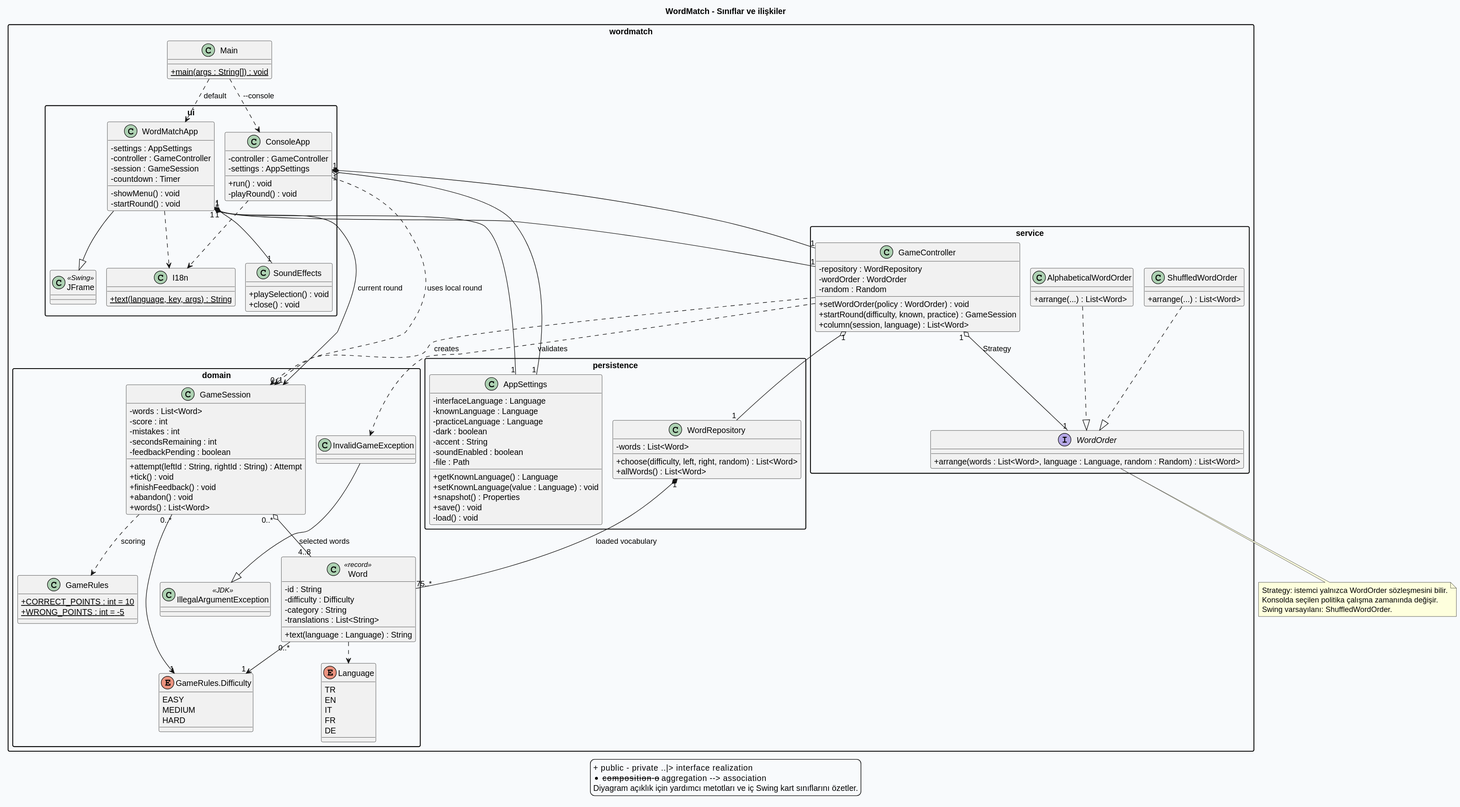
The PlantUML diagram docs/class-diagram.svg in muzafferegedurmus-cyber/wordmatch, before a commit.
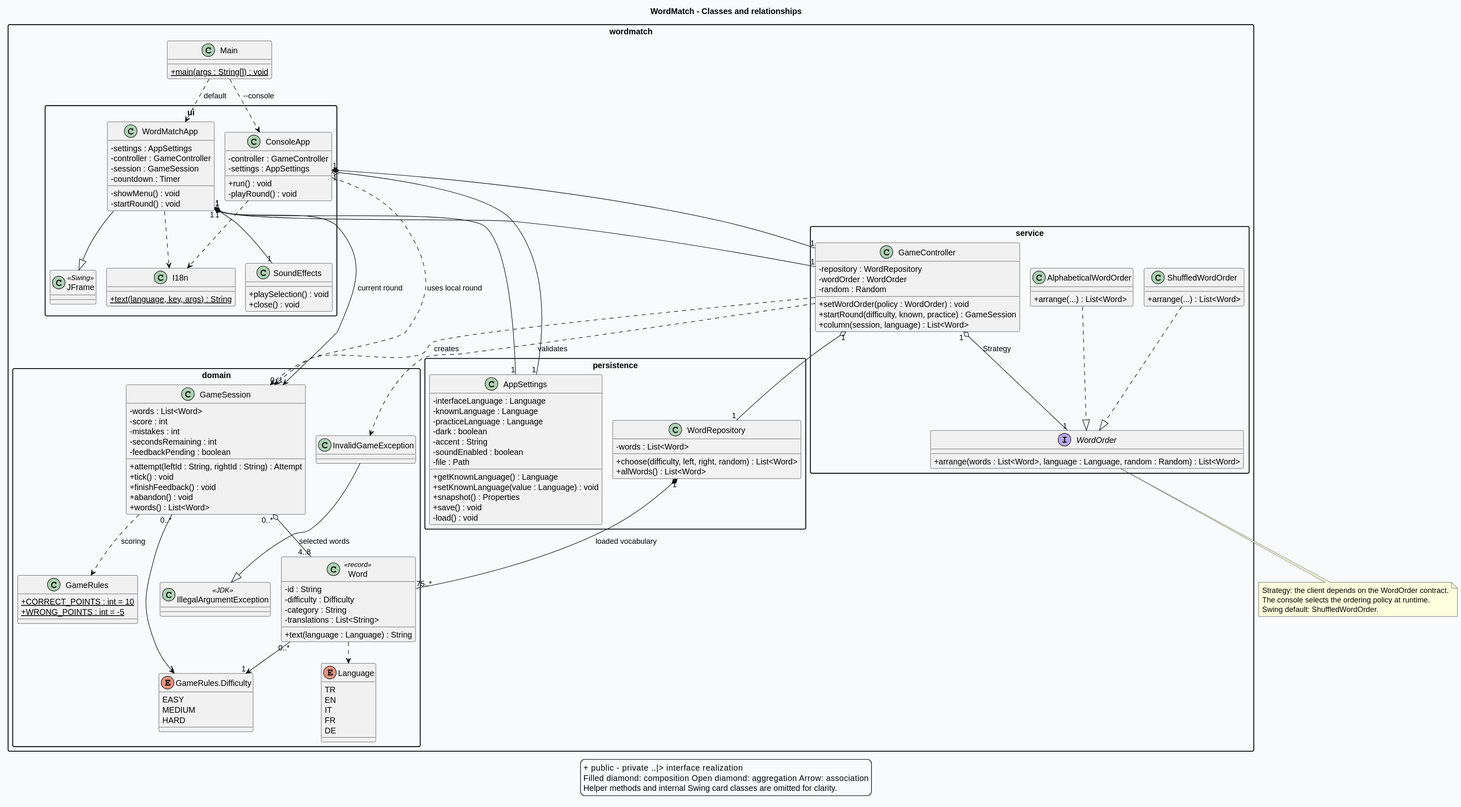
Later version of the same file.

What changed in the source:
```diff
@@ -6,7 +6,7 @@
 skinparam shadowing false
 skinparam defaultFontName SansSerif
 skinparam linetype ortho
-title WordMatch - Sınıflar ve ilişkiler
+title WordMatch - Classes and relationships
 package wordmatch {
  class Main {
   +{static} main(args : String[]) : void
@@ -141,13 +141,13 @@
 Main ..> ConsoleApp : --console
 GameController ..> InvalidGameException : validates
 note bottom of WordOrder
-Strategy: istemci yalnızca WordOrder sözleşmesini bilir.
-Konsolda seçilen politika çalışma zamanında değişir.
-Swing varsayılanı: ShuffledWordOrder.
+Strategy: the client depends on the WordOrder contract.
+The console selects the ordering policy at runtime.
+Swing default: ShuffledWordOrder.
 end note
 legend bottom
   + public    - private    ..|> interface realization
-  *-- composition    o-- aggregation    --> association
-  Diyagram açıklık için yardımcı metotları ve iç Swing kart sınıflarını özetler.
+  Filled diamond: composition    Open diamond: aggregation    Arrow: association
+  Helper methods and internal Swing card classes are omitted for clarity.
 endlegend
 @enduml
```
